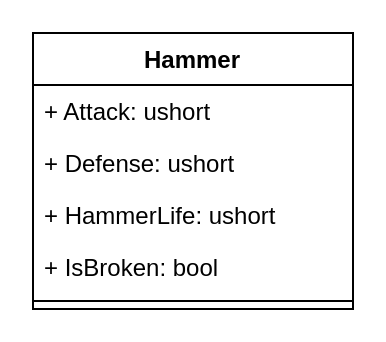
ProgramacionII-Equipo3/PII_RoleplayGame_1_Start keeps this draw.io diagram as Assets/UML-diagrams/Hammer.drawio. Above is the earlier version. Source tidied: cells renumbered, new cells numbered last; positions are measured from the earlier drawing's top-left corner, leaving out a move shared by most shapes. Both pictures are drawn from the tidied source at 200%, with x=0, y=0 at pixel (32, 32).
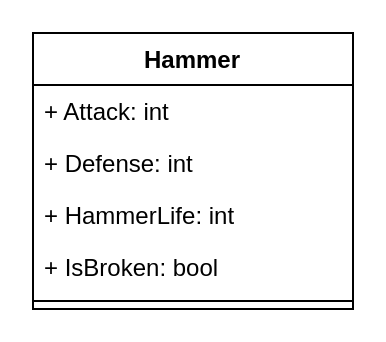
Above is the later version.

Change to the diagram source:
```diff
@@
 <mxGraphModel>
   <root>
     <mxCell id="0" />
     <mxCell id="1" parent="0" />
     <mxCell id="2" value="Hammer" style="swimlane;fontStyle=1;align=center;verticalAlign=top;horizontal=1;startSize=26;" parent="1" vertex="1">
       <mxGeometry width="160" height="138" as="geometry" />
     </mxCell>
-    <mxCell id="3" value="+ Attack: ushort" style="text;strokeColor=none;fillColor=none;align=left;verticalAlign=top;spacingLeft=4;spacingRight=4;overflow=hidden;" parent="2" vertex="1">
+    <mxCell id="3" value="+ Attack: int" style="text;strokeColor=none;fillColor=none;align=left;verticalAlign=top;spacingLeft=4;spacingRight=4;overflow=hidden;" parent="2" vertex="1">
       <mxGeometry y="26" width="160" height="26" as="geometry" />
     </mxCell>
-    <mxCell id="4" value="+ Defense: ushort" style="text;strokeColor=none;fillColor=none;align=left;verticalAlign=top;spacingLeft=4;spacingRight=4;overflow=hidden;" parent="2" vertex="1">
+    <mxCell id="4" value="+ Defense: int" style="text;strokeColor=none;fillColor=none;align=left;verticalAlign=top;spacingLeft=4;spacingRight=4;overflow=hidden;" parent="2" vertex="1">
       <mxGeometry y="52" width="160" height="26" as="geometry" />
     </mxCell>
-    <mxCell id="5" value="+ HammerLife: ushort" style="text;strokeColor=none;fillColor=none;align=left;verticalAlign=top;spacingLeft=4;spacingRight=4;overflow=hidden;" parent="2" vertex="1">
+    <mxCell id="5" value="+ HammerLife: int" style="text;strokeColor=none;fillColor=none;align=left;verticalAlign=top;spacingLeft=4;spacingRight=4;overflow=hidden;" parent="2" vertex="1">
       <mxGeometry y="78" width="160" height="26" as="geometry" />
     </mxCell>
     <mxCell id="6" value="+ IsBroken: bool" style="text;strokeColor=none;fillColor=none;align=left;verticalAlign=top;spacingLeft=4;spacingRight=4;overflow=hidden;" parent="2" vertex="1">
       <mxGeometry y="104" width="160" height="26" as="geometry" />
     </mxCell>
     <mxCell id="7" style="line;strokeWidth=1;fillColor=none;align=left;verticalAlign=middle;spacingTop=-1;spacingLeft=3;spacingRight=3;labelPosition=right;" parent="2" vertex="1">
       <mxGeometry y="130" width="160" height="8" as="geometry" />
     </mxCell>
   </root>
 </mxGraphModel>
```
